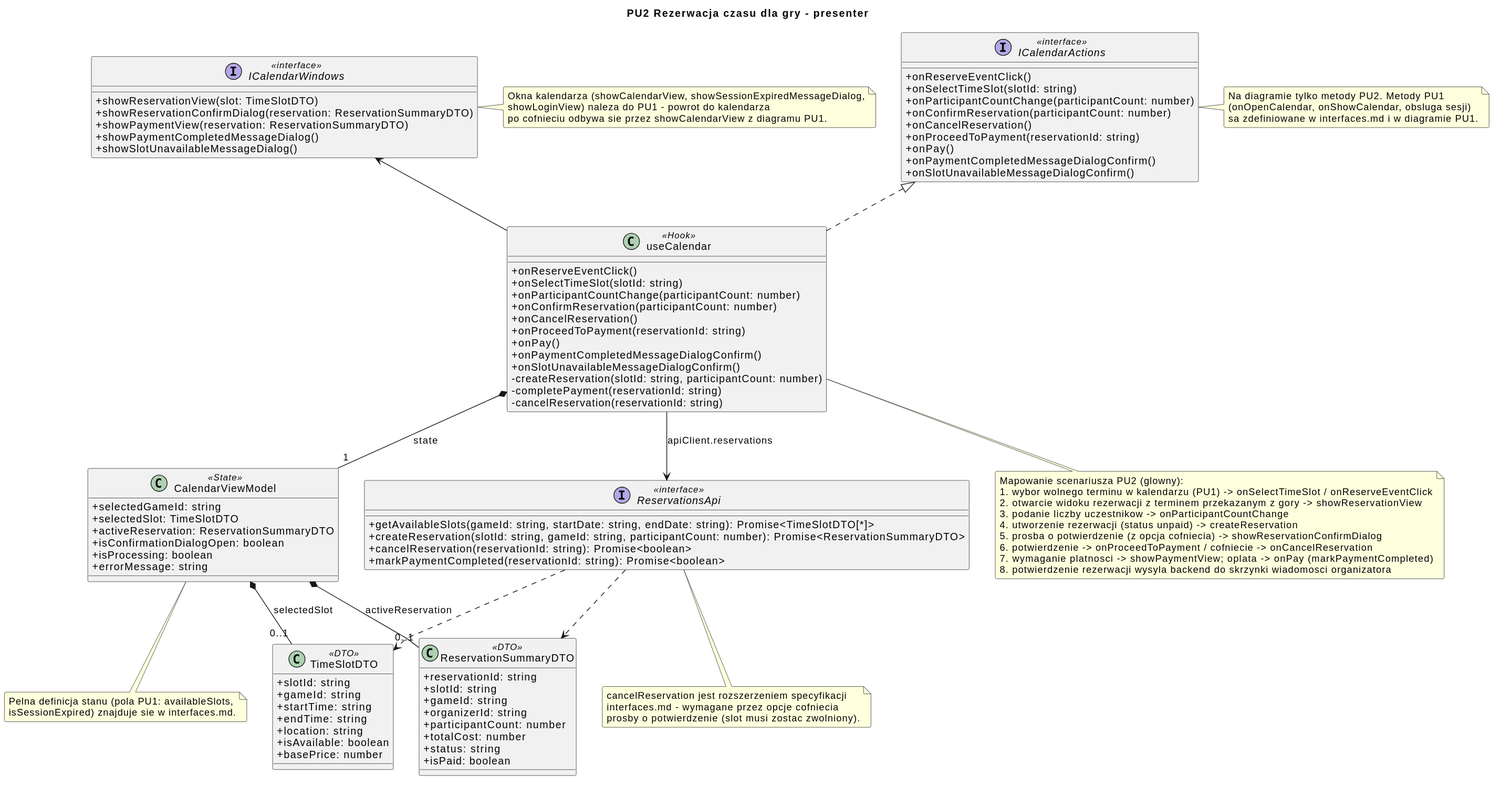
Earlier version of the PlantUML export diagrams/frontend/rendered/reservation-presenter.svg (Igor-Ochocki/POP-2026Z).
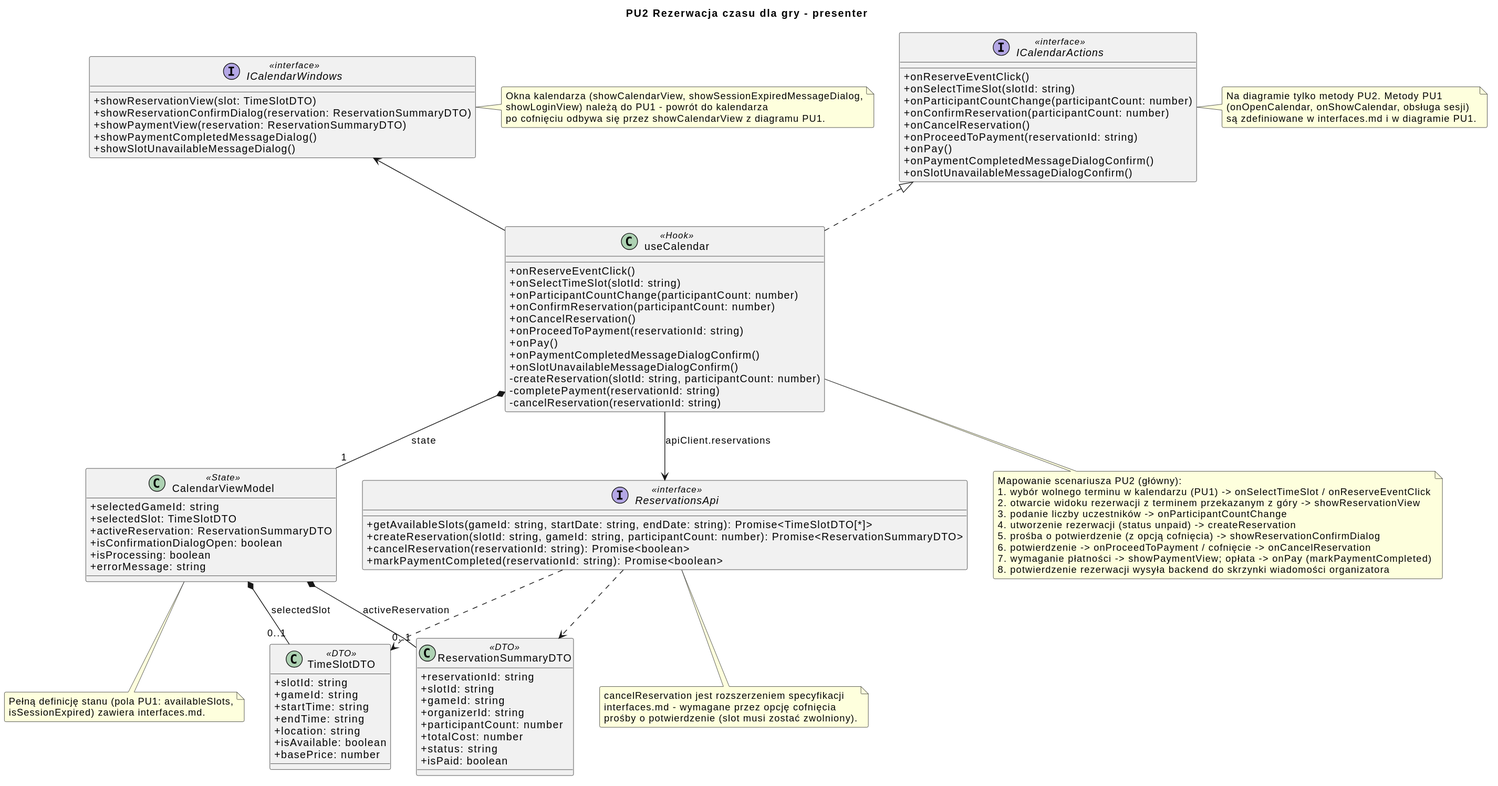
Later version of the same file.

The edit, as a diff of the source:
```diff
@@ -91,36 +91,36 @@
 
 note right of ICalendarActions
     Na diagramie tylko metody PU2. Metody PU1
-    (onOpenCalendar, onShowCalendar, obsluga sesji)
-    sa zdefiniowane w interfaces.md i w diagramie PU1.
+    (onOpenCalendar, onShowCalendar, obsługa sesji)
+    są zdefiniowane w interfaces.md i w diagramie PU1.
 end note
 
 note right of ICalendarWindows
     Okna kalendarza (showCalendarView, showSessionExpiredMessageDialog,
-    showLoginView) naleza do PU1 - powrot do kalendarza
-    po cofnieciu odbywa sie przez showCalendarView z diagramu PU1.
+    showLoginView) należą do PU1 - powrót do kalendarza
+    po cofnięciu odbywa się przez showCalendarView z diagramu PU1.
 end note
 
 note bottom of CalendarViewModel
-    Pelna definicja stanu (pola PU1: availableSlots,
-    isSessionExpired) znajduje sie w interfaces.md.
+    Pełną definicję stanu (pola PU1: availableSlots,
+    isSessionExpired) zawiera interfaces.md.
 end note
 
 note bottom of ReservationsApi
     cancelReservation jest rozszerzeniem specyfikacji
-    interfaces.md - wymagane przez opcje cofniecia
-    prosby o potwierdzenie (slot musi zostac zwolniony).
+    interfaces.md - wymagane przez opcję cofnięcia
+    prośby o potwierdzenie (slot musi zostać zwolniony).
 end note
 
 note bottom of useCalendar
-    Mapowanie scenariusza PU2 (glowny):
-    1. wybor wolnego terminu w kalendarzu (PU1) -> onSelectTimeSlot / onReserveEventClick
-    2. otwarcie widoku rezerwacji z terminem przekazanym z gory -> showReservationView
-    3. podanie liczby uczestnikow -> onParticipantCountChange
+    Mapowanie scenariusza PU2 (główny):
+    1. wybór wolnego terminu w kalendarzu (PU1) -> onSelectTimeSlot / onReserveEventClick
+    2. otwarcie widoku rezerwacji z terminem przekazanym z góry -> showReservationView
+    3. podanie liczby uczestników -> onParticipantCountChange
     4. utworzenie rezerwacji (status unpaid) -> createReservation
-    5. prosba o potwierdzenie (z opcja cofniecia) -> showReservationConfirmDialog
-    6. potwierdzenie -> onProceedToPayment / cofniecie -> onCancelReservation
-    7. wymaganie platnosci -> showPaymentView; oplata -> onPay (markPaymentCompleted)
-    8. potwierdzenie rezerwacji wysyla backend do skrzynki wiadomosci organizatora
+    5. prośba o potwierdzenie (z opcją cofnięcia) -> showReservationConfirmDialog
+    6. potwierdzenie -> onProceedToPayment / cofnięcie -> onCancelReservation
+    7. wymaganie płatności -> showPaymentView; opłata -> onPay (markPaymentCompleted)
+    8. potwierdzenie rezerwacji wysyła backend do skrzynki wiadomości organizatora
 end note
 @enduml
```
